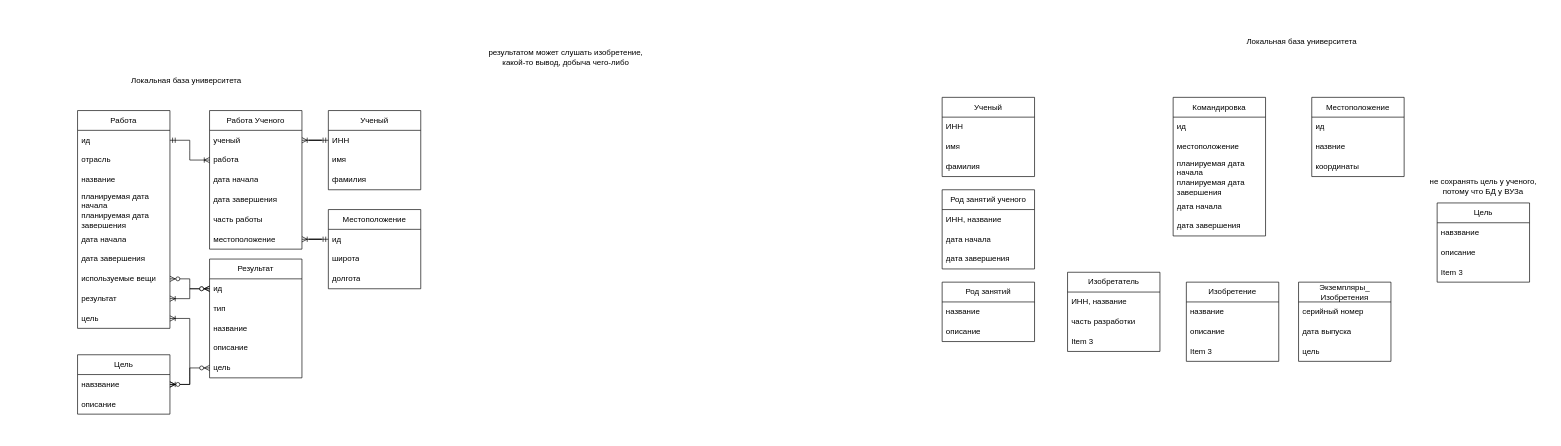
vanya9090/itmo keeps this draw.io diagram as DB/lab_1/diagrams/info.drawio. Above is the earlier version. Source tidied: cells renumbered, new cells numbered last; positions are measured from the earlier drawing's top-left corner, leaving out a move shared by most shapes. Both pictures are drawn from the tidied source at 66%, with x=0, y=0 at pixel (77, 31).
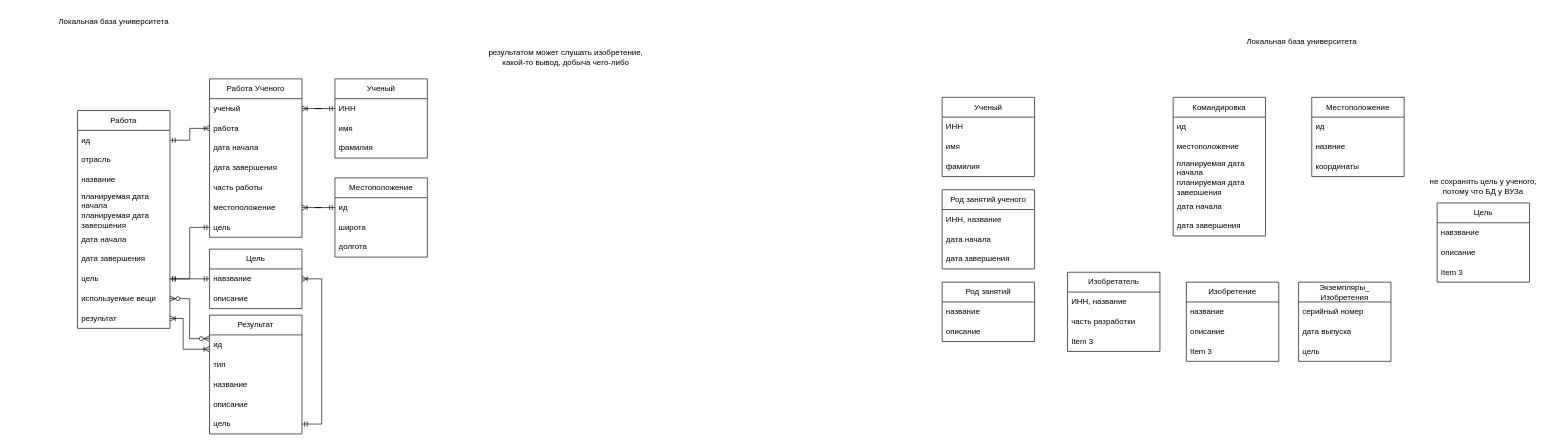
The same page after the edit.

Commit message (it also covers changes not shown here):
update diagrams 1st DB lab: almost done

Unchanged cells that the change refers to:
```xml
<mxCell id="46" value="Работа" style="swimlane;fontStyle=0;horizontal=1;startSize=30;whiteSpace=wrap;html=1;" parent="1" vertex="1">
  <mxGeometry y="120" width="140" height="330" as="geometry" />
</mxCell>
<mxCell id="58" value="навзвание" style="text;strokeColor=none;fillColor=none;align=left;verticalAlign=middle;spacingLeft=4;spacingRight=4;overflow=hidden;points=[[0,0.5],[1,0.5]];portConstraint=eastwest;whiteSpace=wrap;html=1;" parent="57" vertex="1">
  <mxGeometry y="30" width="140" height="30" as="geometry" />
</mxCell>
<mxCell id="66" value="ид" style="text;strokeColor=none;fillColor=none;align=left;verticalAlign=middle;spacingLeft=4;spacingRight=4;overflow=hidden;points=[[0,0.5],[1,0.5]];portConstraint=eastwest;whiteSpace=wrap;html=1;" parent="65" vertex="1">
  <mxGeometry y="30" width="140" height="30" as="geometry" />
</mxCell>
<mxCell id="70" value="цель" style="text;strokeColor=none;fillColor=none;align=left;verticalAlign=middle;spacingLeft=4;spacingRight=4;overflow=hidden;points=[[0,0.5],[1,0.5]];portConstraint=eastwest;whiteSpace=wrap;html=1;" parent="65" vertex="1">
  <mxGeometry y="150" width="140" height="30" as="geometry" />
</mxCell>
```

The edit, as a diff of the source:
```diff
@@
     <mxCell id="42" value="Ученый" style="swimlane;fontStyle=0;horizontal=1;startSize=30;whiteSpace=wrap;html=1;" parent="1" vertex="1">
-      <mxGeometry x="380" y="120" width="140" height="120" as="geometry" />
+      <mxGeometry x="390" y="72" width="140" height="120" as="geometry" />
     </mxCell>
@@
+    <mxCell id="56" value="цель" style="text;strokeColor=none;fillColor=none;align=left;verticalAlign=middle;spacingLeft=4;spacingRight=4;overflow=hidden;points=[[0,0.5],[1,0.5]];portConstraint=eastwest;whiteSpace=wrap;html=1;" parent="46" vertex="1">
+      <mxGeometry y="240" width="140" height="30" as="geometry" />
+    </mxCell>
     <mxCell id="54" value="используемые вещи" style="text;strokeColor=none;fillColor=none;align=left;verticalAlign=middle;spacingLeft=4;spacingRight=4;overflow=hidden;points=[[0,0.5],[1,0.5]];portConstraint=eastwest;whiteSpace=wrap;html=1;" parent="46" vertex="1">
-      <mxGeometry y="240" width="140" height="30" as="geometry" />
+      <mxGeometry y="270" width="140" height="30" as="geometry" />
     </mxCell>
     <mxCell id="55" value="результат" style="text;strokeColor=none;fillColor=none;align=left;verticalAlign=middle;spacingLeft=4;spacingRight=4;overflow=hidden;points=[[0,0.5],[1,0.5]];portConstraint=eastwest;whiteSpace=wrap;html=1;" parent="46" vertex="1">
-      <mxGeometry y="270" width="140" height="30" as="geometry" />
+      <mxGeometry y="300" width="140" height="30" as="geometry" />
     </mxCell>
-    <mxCell id="56" value="цель" style="text;strokeColor=none;fillColor=none;align=left;verticalAlign=middle;spacingLeft=4;spacingRight=4;overflow=hidden;points=[[0,0.5],[1,0.5]];portConstraint=eastwest;whiteSpace=wrap;html=1;" parent="46" vertex="1">
-      <mxGeometry y="300" width="140" height="30" as="geometry" />
-    </mxCell>
     <mxCell id="57" value="Цель" style="swimlane;fontStyle=0;horizontal=1;startSize=30;whiteSpace=wrap;html=1;" parent="1" vertex="1">
-      <mxGeometry y="490" width="140" height="90" as="geometry" />
+      <mxGeometry x="200" y="330" width="140" height="90" as="geometry" />
     </mxCell>
@@
     <mxCell id="60" value="&lt;font style=&quot;font-size: 12px;&quot;&gt;Локальная база университета&lt;/font&gt;" style="text;html=1;align=center;verticalAlign=middle;whiteSpace=wrap;rounded=0;" parent="1" vertex="1">
-      <mxGeometry x="10" y="60" width="310" height="30" as="geometry" />
+      <mxGeometry x="-100" y="-30" width="310" height="30" as="geometry" />
     </mxCell>
     <mxCell id="61" value="Местоположение" style="swimlane;fontStyle=0;horizontal=1;startSize=30;whiteSpace=wrap;html=1;" parent="1" vertex="1">
-      <mxGeometry x="380" y="270" width="140" height="120" as="geometry" />
+      <mxGeometry x="390" y="222" width="140" height="120" as="geometry" />
     </mxCell>
@@
     <mxCell id="65" value="Результат" style="swimlane;fontStyle=0;horizontal=1;startSize=30;whiteSpace=wrap;html=1;" parent="1" vertex="1">
-      <mxGeometry x="200" y="345" width="140" height="180" as="geometry" />
+      <mxGeometry x="200" y="430" width="140" height="180" as="geometry" />
     </mxCell>
@@
-    <mxCell id="72" style="edgeStyle=entityRelationEdgeStyle;fontSize=12;html=1;endArrow=ERoneToMany;startArrow=ERzeroToMany;rounded=0;entryX=1;entryY=0.5;entryDx=0;entryDy=0;exitX=0;exitY=0.5;exitDx=0;exitDy=0;" parent="1" edge="1" source="66" target="55">
-      <mxGeometry relative="1" as="geometry" />
-    </mxCell>
-    <mxCell id="73" style="edgeStyle=entityRelationEdgeStyle;fontSize=12;html=1;endArrow=ERzeroToMany;endFill=1;startArrow=ERzeroToMany;rounded=0;exitX=1;exitY=0.5;exitDx=0;exitDy=0;entryX=0;entryY=0.5;entryDx=0;entryDy=0;" parent="1" edge="1" source="54" target="66">
+    <mxCell id="73" style="edgeStyle=entityRelationEdgeStyle;fontSize=12;html=1;endArrow=ERzeroToMany;endFill=1;startArrow=ERzeroToMany;rounded=0;exitX=1;exitY=0.5;exitDx=0;exitDy=0;entryX=-0.004;entryY=0.187;entryDx=0;entryDy=0;entryPerimeter=0;" parent="1" edge="1" source="54" target="66">
       <mxGeometry relative="1" as="geometry" />
     </mxCell>
-    <mxCell id="74" style="edgeStyle=entityRelationEdgeStyle;fontSize=12;html=1;endArrow=ERoneToMany;startArrow=ERoneToMany;rounded=0;exitX=1;exitY=0.5;exitDx=0;exitDy=0;entryX=1;entryY=0.5;entryDx=0;entryDy=0;" parent="1" edge="1" source="58" target="56">
-      <mxGeometry relative="1" as="geometry" />
-    </mxCell>
-    <mxCell id="75" style="edgeStyle=entityRelationEdgeStyle;fontSize=12;html=1;endArrow=ERzeroToMany;endFill=1;startArrow=ERzeroToMany;rounded=0;entryX=0;entryY=0.5;entryDx=0;entryDy=0;exitX=1;exitY=0.5;exitDx=0;exitDy=0;" parent="1" edge="1" source="58" target="70">
-      <mxGeometry relative="1" as="geometry" />
-    </mxCell>
     <mxCell id="76" value="Работа Ученого" style="swimlane;fontStyle=0;horizontal=1;startSize=30;whiteSpace=wrap;html=1;" parent="1" vertex="1">
-      <mxGeometry x="200" y="120" width="140" height="210" as="geometry" />
+      <mxGeometry x="200" y="72" width="140" height="240" as="geometry" />
     </mxCell>
@@
+    <mxCell id="86" value="цель" style="text;strokeColor=none;fillColor=none;align=left;verticalAlign=middle;spacingLeft=4;spacingRight=4;overflow=hidden;points=[[0,0.5],[1,0.5]];portConstraint=eastwest;whiteSpace=wrap;html=1;" parent="76" vertex="1">
+      <mxGeometry y="210" width="140" height="30" as="geometry" />
+    </mxCell>
@@
+    <mxCell id="87" style="edgeStyle=entityRelationEdgeStyle;fontSize=12;html=1;endArrow=ERmandOne;startArrow=ERmandOne;rounded=0;exitX=0;exitY=0.5;exitDx=0;exitDy=0;entryX=1;entryY=0.5;entryDx=0;entryDy=0;" parent="1" edge="1" source="86" target="56">
+      <mxGeometry relative="1" as="geometry" />
+    </mxCell>
+    <mxCell id="74" style="edgeStyle=entityRelationEdgeStyle;fontSize=12;html=1;endArrow=ERmandOne;startArrow=ERmandOne;rounded=0;exitX=0;exitY=0.5;exitDx=0;exitDy=0;entryX=1;entryY=0.5;entryDx=0;entryDy=0;" parent="1" edge="1" source="58" target="56">
+      <mxGeometry relative="1" as="geometry" />
+    </mxCell>
+    <mxCell id="88" style="edgeStyle=entityRelationEdgeStyle;fontSize=12;html=1;endArrow=ERoneToMany;startArrow=ERmandOne;rounded=0;exitX=1;exitY=0.5;exitDx=0;exitDy=0;entryX=1;entryY=0.5;entryDx=0;entryDy=0;" parent="1" edge="1" source="70" target="58">
+      <mxGeometry relative="1" as="geometry" />
+    </mxCell>
+    <mxCell id="89" style="edgeStyle=elbowEdgeStyle;fontSize=12;html=1;endArrow=ERoneToMany;startArrow=ERoneToMany;rounded=0;entryX=-0.004;entryY=0.72;entryDx=0;entryDy=0;entryPerimeter=0;exitX=1;exitY=0.5;exitDx=0;exitDy=0;" parent="1" edge="1" source="55" target="66">
+      <mxGeometry relative="1" as="geometry">
+        <Array as="points">
+          <mxPoint x="160" y="460" />
+        </Array>
+      </mxGeometry>
+    </mxCell>
```
